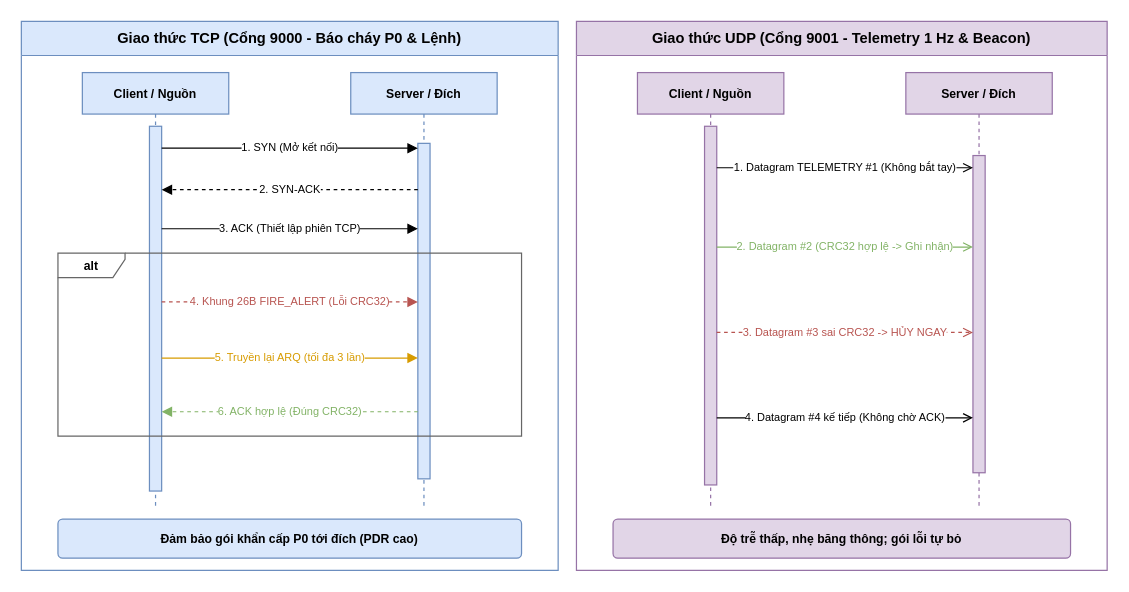
Earlier version of the draw.io diagram page "1.1_TCP_vs_UDP" (1 of 11) of docs/diagrams_drawio/PBL4_SAGSINS_All_Diagrams.drawio (xuanquy06/PBL4). Source tidied: cells renumbered, new cells numbered last; positions are measured from the earlier drawing's top-left corner, leaving out a move shared by most shapes. Both pictures are drawn from the tidied source at 122%, with x=0, y=0 at pixel (21, 21).
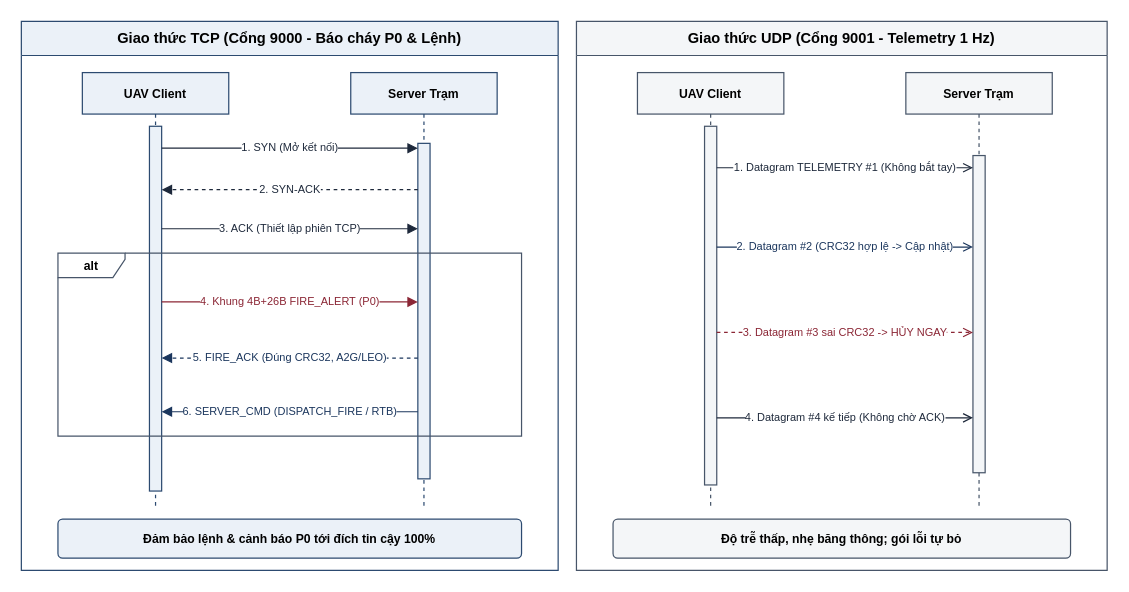
The same diagram, later.

Change to the diagram source:
```diff
@@
-    <mxCell id="2" value="Giao thức TCP (Cổng 9000 - Báo cháy P0 &amp;amp; Lệnh)" style="swimlane;whiteSpace=wrap;html=1;startSize=28;fillColor=#dae8fc;strokeColor=#6c8ebf;swimlaneFillColor=#ffffff;fontSize=12;fontStyle=1;fontColor=#000000;" parent="1" vertex="1">
+    <mxCell id="2" value="Giao thức TCP (Cổng 9000 - Báo cháy P0 &amp;amp; Lệnh)" style="swimlane;whiteSpace=wrap;html=1;startSize=28;fillColor=#EBF1F8;strokeColor=#2C4A70;swimlaneFillColor=#FFFFFF;fontSize=12;fontStyle=1;fontColor=#000000;" parent="1" vertex="1">
       <mxGeometry width="440" height="450" as="geometry" />
     </mxCell>
-    <mxCell id="3" value="Client / Nguồn" style="shape=umlLifeline;perimeter=lifelinePerimeter;whiteSpace=wrap;html=1;size=34;fillColor=#dae8fc;strokeColor=#6c8ebf;fontSize=10;fontStyle=1;fontColor=#000000;" parent="1" vertex="1">
+    <mxCell id="3" value="UAV Client" style="shape=umlLifeline;perimeter=lifelinePerimeter;whiteSpace=wrap;html=1;size=34;fillColor=#EBF1F8;strokeColor=#2C4A70;fontSize=10;fontStyle=1;fontColor=#000000;" parent="1" vertex="1">
       <mxGeometry x="50" y="42" width="120" height="358" as="geometry" />
     </mxCell>
-    <mxCell id="4" value="Server / Đích" style="shape=umlLifeline;perimeter=lifelinePerimeter;whiteSpace=wrap;html=1;size=34;fillColor=#dae8fc;strokeColor=#6c8ebf;fontSize=10;fontStyle=1;fontColor=#000000;" parent="1" vertex="1">
+    <mxCell id="4" value="Server Trạm" style="shape=umlLifeline;perimeter=lifelinePerimeter;whiteSpace=wrap;html=1;size=34;fillColor=#EBF1F8;strokeColor=#2C4A70;fontSize=10;fontStyle=1;fontColor=#000000;" parent="1" vertex="1">
       <mxGeometry x="270" y="42" width="120" height="358" as="geometry" />
     </mxCell>
-    <mxCell id="5" style="html=1;perimeter=orthogonalPerimeter;fillColor=#dae8fc;strokeColor=#6c8ebf;" parent="1" vertex="1">
+    <mxCell id="5" style="html=1;perimeter=orthogonalPerimeter;fillColor=#EBF1F8;strokeColor=#2C4A70;" parent="1" vertex="1">
       <mxGeometry x="105" y="86" width="10" height="299" as="geometry" />
     </mxCell>
-    <mxCell id="6" style="html=1;perimeter=orthogonalPerimeter;fillColor=#dae8fc;strokeColor=#6c8ebf;" parent="1" vertex="1">
+    <mxCell id="6" style="html=1;perimeter=orthogonalPerimeter;fillColor=#EBF1F8;strokeColor=#2C4A70;" parent="1" vertex="1">
       <mxGeometry x="325" y="100" width="10" height="275" as="geometry" />
     </mxCell>
-    <mxCell id="7" value="1. SYN (Mở kết nối)" style="edgeStyle=orthogonalEdgeStyle;rounded=0;orthogonalLoop=1;jettySize=auto;html=1;strokeColor=#000000;fontColor=#000000;fontSize=9;endArrow=block;endFill=1;" parent="1" edge="1">
+    <mxCell id="7" value="1. SYN (Mở kết nối)" style="edgeStyle=orthogonalEdgeStyle;rounded=0;orthogonalLoop=1;jettySize=auto;html=1;strokeColor=#1E293B;fontColor=#1E293B;fontSize=9;endArrow=block;endFill=1;" parent="1" edge="1">
       <mxGeometry relative="1" as="geometry">
         <mxPoint x="115" y="104" as="sourcePoint" />
         <mxPoint x="325" y="104" as="targetPoint" />
       </mxGeometry>
     </mxCell>
-    <mxCell id="8" value="2. SYN-ACK" style="edgeStyle=orthogonalEdgeStyle;rounded=0;orthogonalLoop=1;jettySize=auto;html=1;strokeColor=#000000;fontColor=#000000;fontSize=9;dashed=1;endArrow=block;endFill=1;" parent="1" edge="1">
+    <mxCell id="8" value="2. SYN-ACK" style="edgeStyle=orthogonalEdgeStyle;rounded=0;orthogonalLoop=1;jettySize=auto;html=1;strokeColor=#1E293B;fontColor=#1E293B;fontSize=9;dashed=1;endArrow=block;endFill=1;" parent="1" edge="1">
       <mxGeometry relative="1" as="geometry">
         <mxPoint x="325" y="138" as="sourcePoint" />
         <mxPoint x="115" y="138" as="targetPoint" />
       </mxGeometry>
     </mxCell>
-    <mxCell id="9" value="3. ACK (Thiết lập phiên TCP)" style="edgeStyle=orthogonalEdgeStyle;rounded=0;orthogonalLoop=1;jettySize=auto;html=1;strokeColor=#000000;fontColor=#000000;fontSize=9;endArrow=block;endFill=1;" parent="1" edge="1">
+    <mxCell id="9" value="3. ACK (Thiết lập phiên TCP)" style="edgeStyle=orthogonalEdgeStyle;rounded=0;orthogonalLoop=1;jettySize=auto;html=1;strokeColor=#1E293B;fontColor=#1E293B;fontSize=9;endArrow=block;endFill=1;" parent="1" edge="1">
       <mxGeometry relative="1" as="geometry">
         <mxPoint x="115" y="170" as="sourcePoint" />
         <mxPoint x="325" y="170" as="targetPoint" />
       </mxGeometry>
     </mxCell>
-    <mxCell id="10" value="alt" style="shape=umlFrame;whiteSpace=wrap;html=1;width=55;height=20;fillColor=none;strokeColor=#666666;fontSize=10;fontStyle=1;fontColor=#000000;" parent="1" vertex="1">
+    <mxCell id="10" value="alt" style="shape=umlFrame;whiteSpace=wrap;html=1;width=55;height=20;fillColor=none;strokeColor=#475569;fontSize=10;fontStyle=1;fontColor=#000000;" parent="1" vertex="1">
       <mxGeometry x="30" y="190" width="380" height="150" as="geometry" />
     </mxCell>
-    <mxCell id="11" value="4. Khung 26B FIRE_ALERT (Lỗi CRC32)" style="edgeStyle=orthogonalEdgeStyle;rounded=0;orthogonalLoop=1;jettySize=auto;html=1;strokeColor=#b85450;fontColor=#b85450;fontSize=9;dashed=1;endArrow=block;endFill=1;" parent="1" edge="1">
+    <mxCell id="11" value="4. Khung 4B+26B FIRE_ALERT (P0)" style="edgeStyle=orthogonalEdgeStyle;rounded=0;orthogonalLoop=1;jettySize=auto;html=1;strokeColor=#8B2635;fontColor=#8B2635;fontSize=9;endArrow=block;endFill=1;" parent="1" edge="1">
       <mxGeometry relative="1" as="geometry">
         <mxPoint x="115" y="230" as="sourcePoint" />
         <mxPoint x="325" y="230" as="targetPoint" />
       </mxGeometry>
     </mxCell>
-    <mxCell id="12" value="5. Truyền lại ARQ (tối đa 3 lần)" style="edgeStyle=orthogonalEdgeStyle;rounded=0;orthogonalLoop=1;jettySize=auto;html=1;strokeColor=#d79b00;fontColor=#d79b00;fontSize=9;endArrow=block;endFill=1;" parent="1" edge="1">
+    <mxCell id="12" value="5. FIRE_ACK (Đúng CRC32, A2G/LEO)" style="edgeStyle=orthogonalEdgeStyle;rounded=0;orthogonalLoop=1;jettySize=auto;html=1;strokeColor=#1B365D;fontColor=#1B365D;fontSize=9;dashed=1;endArrow=block;endFill=1;" parent="1" edge="1">
       <mxGeometry relative="1" as="geometry">
-        <mxPoint x="115" y="276" as="sourcePoint" />
-        <mxPoint x="325" y="276" as="targetPoint" />
+        <mxPoint x="325" y="276" as="sourcePoint" />
+        <mxPoint x="115" y="276" as="targetPoint" />
       </mxGeometry>
     </mxCell>
-    <mxCell id="13" value="6. ACK hợp lệ (Đúng CRC32)" style="edgeStyle=orthogonalEdgeStyle;rounded=0;orthogonalLoop=1;jettySize=auto;html=1;strokeColor=#82b366;fontColor=#82b366;fontSize=9;dashed=1;endArrow=block;endFill=1;" parent="1" edge="1">
+    <mxCell id="13" value="6. SERVER_CMD (DISPATCH_FIRE / RTB)" style="edgeStyle=orthogonalEdgeStyle;rounded=0;orthogonalLoop=1;jettySize=auto;html=1;strokeColor=#1B365D;fontColor=#1B365D;fontSize=9;endArrow=block;endFill=1;" parent="1" edge="1">
       <mxGeometry relative="1" as="geometry">
         <mxPoint x="325" y="320" as="sourcePoint" />
         <mxPoint x="115" y="320" as="targetPoint" />
       </mxGeometry>
     </mxCell>
-    <mxCell id="14" value="Đảm bảo gói khẩn cấp P0 tới đích (PDR cao)" style="rounded=1;arcSize=12;whiteSpace=wrap;html=1;fillColor=#dae8fc;strokeColor=#6c8ebf;fontSize=10;fontColor=#000000;fontStyle=1;" parent="1" vertex="1">
+    <mxCell id="14" value="Đảm bảo lệnh &amp;amp; cảnh báo P0 tới đích tin cậy 100%" style="rounded=1;arcSize=12;whiteSpace=wrap;html=1;fillColor=#EBF1F8;strokeColor=#2C4A70;fontSize=10;fontColor=#000000;fontStyle=1;" parent="1" vertex="1">
       <mxGeometry x="30" y="408" width="380" height="32" as="geometry" />
     </mxCell>
-    <mxCell id="15" value="Giao thức UDP (Cổng 9001 - Telemetry 1 Hz &amp;amp; Beacon)" style="swimlane;whiteSpace=wrap;html=1;startSize=28;fillColor=#e1d5e7;strokeColor=#9673a6;swimlaneFillColor=#ffffff;fontSize=12;fontStyle=1;fontColor=#000000;" parent="1" vertex="1">
+    <mxCell id="15" value="Giao thức UDP (Cổng 9001 - Telemetry 1 Hz)" style="swimlane;whiteSpace=wrap;html=1;startSize=28;fillColor=#F4F6F8;strokeColor=#475569;swimlaneFillColor=#FFFFFF;fontSize=12;fontStyle=1;fontColor=#000000;" parent="1" vertex="1">
       <mxGeometry x="455" width="435" height="450" as="geometry" />
     </mxCell>
-    <mxCell id="16" value="Client / Nguồn" style="shape=umlLifeline;perimeter=lifelinePerimeter;whiteSpace=wrap;html=1;size=34;fillColor=#e1d5e7;strokeColor=#9673a6;fontSize=10;fontStyle=1;fontColor=#000000;" parent="1" vertex="1">
+    <mxCell id="16" value="UAV Client" style="shape=umlLifeline;perimeter=lifelinePerimeter;whiteSpace=wrap;html=1;size=34;fillColor=#F4F6F8;strokeColor=#475569;fontSize=10;fontStyle=1;fontColor=#000000;" parent="1" vertex="1">
       <mxGeometry x="505" y="42" width="120" height="358" as="geometry" />
     </mxCell>
-    <mxCell id="17" value="Server / Đích" style="shape=umlLifeline;perimeter=lifelinePerimeter;whiteSpace=wrap;html=1;size=34;fillColor=#e1d5e7;strokeColor=#9673a6;fontSize=10;fontStyle=1;fontColor=#000000;" parent="1" vertex="1">
+    <mxCell id="17" value="Server Trạm" style="shape=umlLifeline;perimeter=lifelinePerimeter;whiteSpace=wrap;html=1;size=34;fillColor=#F4F6F8;strokeColor=#475569;fontSize=10;fontStyle=1;fontColor=#000000;" parent="1" vertex="1">
       <mxGeometry x="725" y="42" width="120" height="358" as="geometry" />
     </mxCell>
-    <mxCell id="18" style="html=1;perimeter=orthogonalPerimeter;fillColor=#e1d5e7;strokeColor=#9673a6;" parent="1" vertex="1">
+    <mxCell id="18" style="html=1;perimeter=orthogonalPerimeter;fillColor=#F4F6F8;strokeColor=#475569;" parent="1" vertex="1">
       <mxGeometry x="560" y="86" width="10" height="294" as="geometry" />
     </mxCell>
-    <mxCell id="19" style="html=1;perimeter=orthogonalPerimeter;fillColor=#e1d5e7;strokeColor=#9673a6;" parent="1" vertex="1">
+    <mxCell id="19" style="html=1;perimeter=orthogonalPerimeter;fillColor=#F4F6F8;strokeColor=#475569;" parent="1" vertex="1">
       <mxGeometry x="780" y="110" width="10" height="260" as="geometry" />
     </mxCell>
-    <mxCell id="20" value="1. Datagram TELEMETRY #1 (Không bắt tay)" style="edgeStyle=orthogonalEdgeStyle;rounded=0;orthogonalLoop=1;jettySize=auto;html=1;strokeColor=#000000;fontColor=#000000;fontSize=9;endArrow=open;endFill=0;" parent="1" edge="1">
+    <mxCell id="20" value="1. Datagram TELEMETRY #1 (Không bắt tay)" style="edgeStyle=orthogonalEdgeStyle;rounded=0;orthogonalLoop=1;jettySize=auto;html=1;strokeColor=#1E293B;fontColor=#1E293B;fontSize=9;endArrow=open;endFill=0;" parent="1" edge="1">
       <mxGeometry relative="1" as="geometry">
         <mxPoint x="570" y="120" as="sourcePoint" />
         <mxPoint x="780" y="120" as="targetPoint" />
       </mxGeometry>
     </mxCell>
-    <mxCell id="21" value="2. Datagram #2 (CRC32 hợp lệ -&amp;gt; Ghi nhận)" style="edgeStyle=orthogonalEdgeStyle;rounded=0;orthogonalLoop=1;jettySize=auto;html=1;strokeColor=#82b366;fontColor=#82b366;fontSize=9;endArrow=open;endFill=0;" parent="1" edge="1">
+    <mxCell id="21" value="2. Datagram #2 (CRC32 hợp lệ -&amp;gt; Cập nhật)" style="edgeStyle=orthogonalEdgeStyle;rounded=0;orthogonalLoop=1;jettySize=auto;html=1;strokeColor=#1B365D;fontColor=#1B365D;fontSize=9;endArrow=open;endFill=0;" parent="1" edge="1">
       <mxGeometry relative="1" as="geometry">
         <mxPoint x="570" y="185" as="sourcePoint" />
         <mxPoint x="780" y="185" as="targetPoint" />
       </mxGeometry>
     </mxCell>
-    <mxCell id="22" value="3. Datagram #3 sai CRC32 -&amp;gt; HỦY NGAY" style="edgeStyle=orthogonalEdgeStyle;rounded=0;orthogonalLoop=1;jettySize=auto;html=1;strokeColor=#b85450;fontColor=#b85450;fontSize=9;dashed=1;endArrow=open;endFill=0;" parent="1" edge="1">
+    <mxCell id="22" value="3. Datagram #3 sai CRC32 -&amp;gt; HỦY NGAY" style="edgeStyle=orthogonalEdgeStyle;rounded=0;orthogonalLoop=1;jettySize=auto;html=1;strokeColor=#8B2635;fontColor=#8B2635;fontSize=9;dashed=1;endArrow=open;endFill=0;" parent="1" edge="1">
       <mxGeometry relative="1" as="geometry">
         <mxPoint x="570" y="255" as="sourcePoint" />
         <mxPoint x="780" y="255" as="targetPoint" />
       </mxGeometry>
     </mxCell>
-    <mxCell id="23" value="4. Datagram #4 kế tiếp (Không chờ ACK)" style="edgeStyle=orthogonalEdgeStyle;rounded=0;orthogonalLoop=1;jettySize=auto;html=1;strokeColor=#000000;fontColor=#000000;fontSize=9;endArrow=open;endFill=0;" parent="1" edge="1">
+    <mxCell id="23" value="4. Datagram #4 kế tiếp (Không chờ ACK)" style="edgeStyle=orthogonalEdgeStyle;rounded=0;orthogonalLoop=1;jettySize=auto;html=1;strokeColor=#1E293B;fontColor=#1E293B;fontSize=9;endArrow=open;endFill=0;" parent="1" edge="1">
       <mxGeometry relative="1" as="geometry">
         <mxPoint x="570" y="325" as="sourcePoint" />
         <mxPoint x="780" y="325" as="targetPoint" />
       </mxGeometry>
     </mxCell>
-    <mxCell id="24" value="Độ trễ thấp, nhẹ băng thông; gói lỗi tự bỏ" style="rounded=1;arcSize=12;whiteSpace=wrap;html=1;fillColor=#e1d5e7;strokeColor=#9673a6;fontSize=10;fontColor=#000000;fontStyle=1;" parent="1" vertex="1">
+    <mxCell id="24" value="Độ trễ thấp, nhẹ băng thông; gói lỗi tự bỏ" style="rounded=1;arcSize=12;whiteSpace=wrap;html=1;fillColor=#F4F6F8;strokeColor=#475569;fontSize=10;fontColor=#000000;fontStyle=1;" parent="1" vertex="1">
       <mxGeometry x="485" y="408" width="375" height="32" as="geometry" />
     </mxCell>
```
